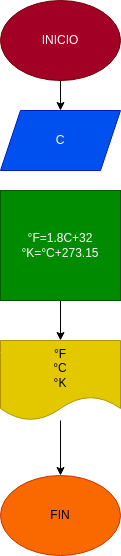
jonathanbenitezmayorga/invertir_numero_4digitos keeps this draw.io diagram as diagrama.png. Above is the earlier version. Source tidied: cells renumbered, new cells last; positions are measured from the earlier drawing's top-left corner, leaving out a move shared by most shapes.
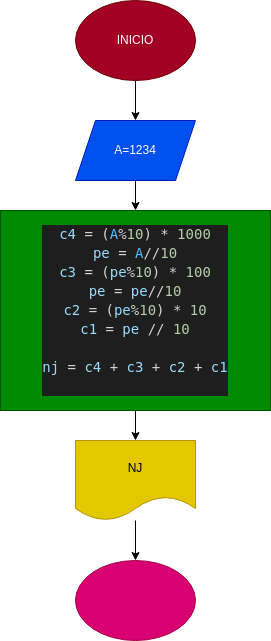
After the commit.

Commit message:
Se creo el diagrama de flujo y se agrego al README

What changed in the source:
```diff
@@ -6,25 +6,30 @@
       <mxGeometry relative="1" as="geometry" />
     </mxCell>
     <mxCell id="3" value="INICIO" style="ellipse;whiteSpace=wrap;html=1;fillColor=#a20025;fontColor=#ffffff;strokeColor=#6F0000;" parent="1" vertex="1">
-      <mxGeometry width="120" height="80" as="geometry" />
+      <mxGeometry x="-75" y="-20" width="120" height="80" as="geometry" />
     </mxCell>
+    <mxCell id="10" style="edgeStyle=none;html=1;" parent="1" edge="1" source="4" target="6">
+      <mxGeometry relative="1" as="geometry" />
+    </mxCell>
-    <mxCell id="4" value="C" style="shape=parallelogram;perimeter=parallelogramPerimeter;whiteSpace=wrap;html=1;fixedSize=1;fillColor=#0050ef;strokeColor=#001DBC;fontColor=#ffffff;" parent="1" vertex="1">
-      <mxGeometry y="110" width="120" height="60" as="geometry" />
+    <mxCell id="4" value="A=1234" style="shape=parallelogram;perimeter=parallelogramPerimeter;whiteSpace=wrap;html=1;fixedSize=1;fillColor=#0050ef;strokeColor=#001DBC;fontColor=#ffffff;" parent="1" vertex="1">
+      <mxGeometry x="-75" y="100" width="120" height="60" as="geometry" />
     </mxCell>
     <mxCell id="5" style="edgeStyle=none;html=1;" parent="1" edge="1" source="6" target="8">
       <mxGeometry relative="1" as="geometry" />
     </mxCell>
-    <mxCell id="6" value="°F=1.8C+32&lt;br&gt;°K=°C+273.15" style="whiteSpace=wrap;html=1;fillColor=#008a00;strokeColor=#005700;fontColor=#ffffff;" parent="1" vertex="1">
-      <mxGeometry y="190" width="120" height="110" as="geometry" />
+    <mxCell id="6" value="&lt;div style=&quot;color: rgb(212, 212, 212); background-color: rgb(30, 30, 30); font-family: &amp;quot;Droid Sans Mono&amp;quot;, &amp;quot;monospace&amp;quot;, monospace; font-size: 14px; line-height: 19px;&quot;&gt;&lt;div&gt;&lt;span style=&quot;color: #9cdcfe;&quot;&gt;c4&lt;/span&gt; = (&lt;span style=&quot;color: #4fc1ff;&quot;&gt;A&lt;/span&gt;%&lt;span style=&quot;color: #b5cea8;&quot;&gt;10&lt;/span&gt;) * &lt;span style=&quot;color: #b5cea8;&quot;&gt;1000&lt;/span&gt;&lt;/div&gt;&lt;div&gt;&lt;span style=&quot;color: #9cdcfe;&quot;&gt;pe&lt;/span&gt; = &lt;span style=&quot;color: #4fc1ff;&quot;&gt;A&lt;/span&gt;//&lt;span style=&quot;color: #b5cea8;&quot;&gt;10&lt;/span&gt;&lt;/div&gt;&lt;div&gt;&lt;span style=&quot;color: #9cdcfe;&quot;&gt;c3&lt;/span&gt; = (&lt;span style=&quot;color: #9cdcfe;&quot;&gt;pe&lt;/span&gt;%&lt;span style=&quot;color: #b5cea8;&quot;&gt;10&lt;/span&gt;) * &lt;span style=&quot;color: #b5cea8;&quot;&gt;100&lt;/span&gt;&lt;/div&gt;&lt;div&gt;&lt;span style=&quot;color: #9cdcfe;&quot;&gt;pe&lt;/span&gt; = &lt;span style=&quot;color: #9cdcfe;&quot;&gt;pe&lt;/span&gt;//&lt;span style=&quot;color: #b5cea8;&quot;&gt;10&lt;/span&gt;&lt;/div&gt;&lt;div&gt;&lt;span style=&quot;color: #9cdcfe;&quot;&gt;c2&lt;/span&gt; = (&lt;span style=&quot;color: #9cdcfe;&quot;&gt;pe&lt;/span&gt;%&lt;span style=&quot;color: #b5cea8;&quot;&gt;10&lt;/span&gt;) * &lt;span style=&quot;color: #b5cea8;&quot;&gt;10&lt;/span&gt;&lt;/div&gt;&lt;div&gt;&lt;span style=&quot;color: #9cdcfe;&quot;&gt;c1&lt;/span&gt; = &lt;span style=&quot;color: #9cdcfe;&quot;&gt;pe&lt;/span&gt; // &lt;span style=&quot;color: #b5cea8;&quot;&gt;10&lt;/span&gt;&lt;/div&gt;&lt;br&gt;&lt;div&gt;&lt;span style=&quot;color: #9cdcfe;&quot;&gt;nj&lt;/span&gt; = &lt;span style=&quot;color: #9cdcfe;&quot;&gt;c4&lt;/span&gt; + &lt;span style=&quot;color: #9cdcfe;&quot;&gt;c3&lt;/span&gt; + &lt;span style=&quot;color: #9cdcfe;&quot;&gt;c2&lt;/span&gt; + &lt;span style=&quot;color: #9cdcfe;&quot;&gt;c1&lt;/span&gt;&lt;/div&gt;&lt;br&gt;&lt;/div&gt;" style="whiteSpace=wrap;html=1;fillColor=#008a00;strokeColor=#005700;fontColor=#ffffff;" parent="1" vertex="1">
+      <mxGeometry x="-150" y="190" width="270" height="200" as="geometry" />
     </mxCell>
-    <mxCell id="7" style="edgeStyle=none;html=1;" parent="1" edge="1" source="8" target="9">
-      <mxGeometry relative="1" as="geometry" />
-    </mxCell>
+    <mxCell id="11" style="edgeStyle=none;html=1;" parent="1" edge="1" source="8">
+      <mxGeometry relative="1" as="geometry">
+        <mxPoint x="-15" y="540" as="targetPoint" />
+      </mxGeometry>
+    </mxCell>
-    <mxCell id="8" value="°F&lt;br&gt;°C&lt;br&gt;°K" style="shape=document;whiteSpace=wrap;html=1;boundedLbl=1;fillColor=#e3c800;strokeColor=#B09500;fontColor=#000000;" parent="1" vertex="1">
-      <mxGeometry y="340" width="120" height="80" as="geometry" />
+    <mxCell id="8" value="NJ" style="shape=document;whiteSpace=wrap;html=1;boundedLbl=1;fillColor=#e3c800;strokeColor=#B09500;fontColor=#000000;" parent="1" vertex="1">
+      <mxGeometry x="-75" y="420" width="120" height="80" as="geometry" />
     </mxCell>
-    <mxCell id="9" value="FIN" style="ellipse;whiteSpace=wrap;html=1;fillColor=#fa6800;fontColor=#000000;strokeColor=#C73500;" parent="1" vertex="1">
-      <mxGeometry y="475" width="120" height="80" as="geometry" />
-    </mxCell>
+    <mxCell id="12" style="ellipse;whiteSpace=wrap;html=1;fillColor=#d80073;fontColor=#ffffff;strokeColor=#A50040;" parent="1" vertex="1">
+      <mxGeometry x="-75" y="540" width="120" height="80" as="geometry" />
+    </mxCell>
   </root>
 </mxGraphModel>
```
